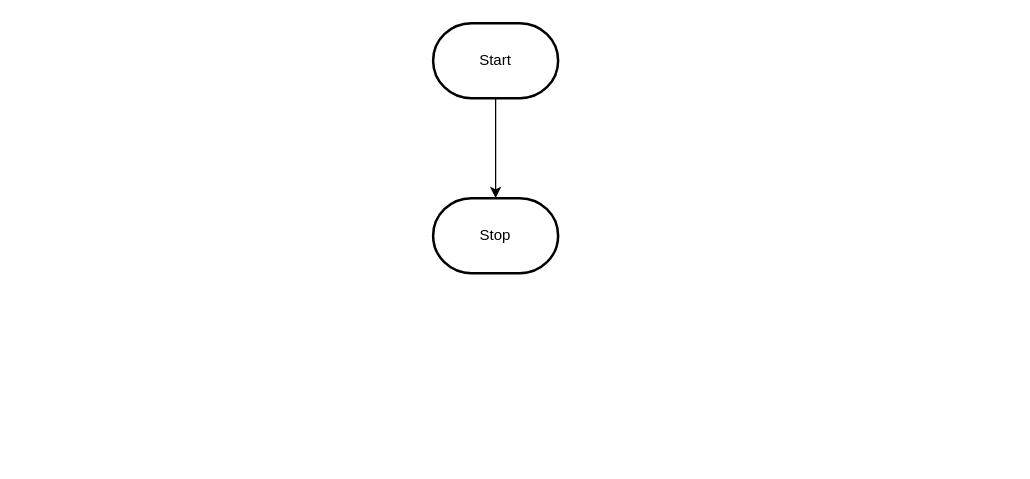
This is design/flowchart.drawio from MTHS-TEJ2O-1-2023/TEJ2O-Unit-2-11-Julianne-Leblanc-Peltier, a draw.io file, before an edit. Source tidied: cells renumbered, new cells numbered last; positions are measured from the earlier drawing's top-left corner, leaving out a move shared by most shapes. Both pictures are drawn from the tidied source at 125%, with x=0, y=0 at pixel (432, 22).
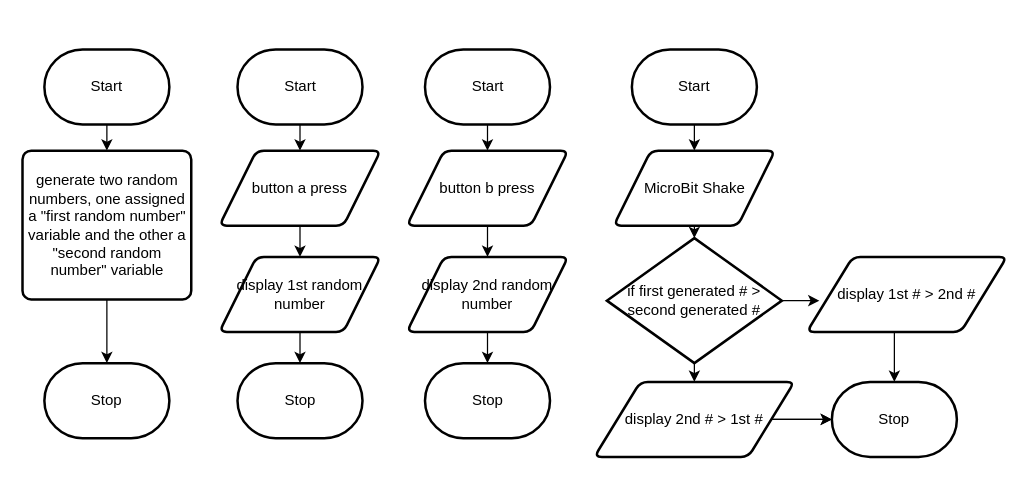
The same page after the edit.

Diff of the diagram source:
```diff
@@
-    <mxCell id="2" style="edgeStyle=orthogonalEdgeStyle;html=1;rounded=0;" parent="1" edge="1" source="3" target="4">
-      <mxGeometry relative="1" as="geometry" />
-    </mxCell>
+    <mxCell id="5" style="edgeStyle=none;html=1;exitX=0.5;exitY=1;exitDx=0;exitDy=0;exitPerimeter=0;entryX=0.5;entryY=0;entryDx=0;entryDy=0;entryPerimeter=0;" parent="1" edge="1" source="3">
+      <mxGeometry relative="1" as="geometry">
+        <mxPoint x="-106.5" y="102" as="targetPoint" />
+      </mxGeometry>
+    </mxCell>
     <mxCell id="3" value="Start" style="strokeWidth=2;html=1;shape=mxgraph.flowchart.terminator;whiteSpace=wrap;" parent="1" vertex="1">
-      <mxGeometry width="100" height="60" as="geometry" />
+      <mxGeometry x="-156.5" y="21" width="100" height="60" as="geometry" />
     </mxCell>
     <mxCell id="4" value="Stop" style="strokeWidth=2;html=1;shape=mxgraph.flowchart.terminator;whiteSpace=wrap;" parent="1" vertex="1">
-      <mxGeometry y="140" width="100" height="60" as="geometry" />
+      <mxGeometry x="-156.5" y="272" width="100" height="60" as="geometry" />
     </mxCell>
+    <mxCell id="6" style="edgeStyle=none;html=1;exitX=0.5;exitY=1;exitDx=0;exitDy=0;entryX=0.5;entryY=0;entryDx=0;entryDy=0;" parent="1" edge="1" source="25" target="8">
+      <mxGeometry relative="1" as="geometry" />
+    </mxCell>
+    <mxCell id="7" style="edgeStyle=none;html=1;exitX=0.5;exitY=1;exitDx=0;exitDy=0;entryX=0.5;entryY=0;entryDx=0;entryDy=0;entryPerimeter=0;" parent="1" edge="1" source="8" target="4">
+      <mxGeometry relative="1" as="geometry" />
+    </mxCell>
+    <mxCell id="8" value="display 1st random number&lt;br&gt;" style="shape=parallelogram;html=1;strokeWidth=2;perimeter=parallelogramPerimeter;whiteSpace=wrap;rounded=1;arcSize=12;size=0.23;" parent="1" vertex="1">
+      <mxGeometry x="-171" y="187" width="129" height="60" as="geometry" />
+    </mxCell>
+    <mxCell id="9" style="edgeStyle=none;html=1;exitX=0.5;exitY=1;exitDx=0;exitDy=0;exitPerimeter=0;entryX=0.5;entryY=0;entryDx=0;entryDy=0;" parent="1" edge="1" source="10" target="24">
+      <mxGeometry relative="1" as="geometry" />
+    </mxCell>
+    <mxCell id="10" value="Start" style="strokeWidth=2;html=1;shape=mxgraph.flowchart.terminator;whiteSpace=wrap;" parent="1" vertex="1">
+      <mxGeometry x="-6.5" y="21" width="100" height="60" as="geometry" />
+    </mxCell>
+    <mxCell id="11" style="edgeStyle=none;html=1;exitX=0.5;exitY=1;exitDx=0;exitDy=0;entryX=0.5;entryY=0;entryDx=0;entryDy=0;" parent="1" edge="1" source="24" target="13">
+      <mxGeometry relative="1" as="geometry" />
+    </mxCell>
+    <mxCell id="12" style="edgeStyle=none;html=1;exitX=0.5;exitY=1;exitDx=0;exitDy=0;entryX=0.5;entryY=0;entryDx=0;entryDy=0;entryPerimeter=0;" parent="1" edge="1" source="13" target="14">
+      <mxGeometry relative="1" as="geometry" />
+    </mxCell>
+    <mxCell id="13" value="display 2nd random number" style="shape=parallelogram;html=1;strokeWidth=2;perimeter=parallelogramPerimeter;whiteSpace=wrap;rounded=1;arcSize=12;size=0.23;" parent="1" vertex="1">
+      <mxGeometry x="-21" y="187" width="129" height="60" as="geometry" />
+    </mxCell>
+    <mxCell id="14" value="Stop" style="strokeWidth=2;html=1;shape=mxgraph.flowchart.terminator;whiteSpace=wrap;" parent="1" vertex="1">
+      <mxGeometry x="-6.5" y="272" width="100" height="60" as="geometry" />
+    </mxCell>
+    <mxCell id="15" style="edgeStyle=none;html=1;exitX=0.5;exitY=1;exitDx=0;exitDy=0;exitPerimeter=0;entryX=0.5;entryY=0;entryDx=0;entryDy=0;entryPerimeter=0;" parent="1" edge="1" source="16">
+      <mxGeometry relative="1" as="geometry">
+        <mxPoint x="209" y="102" as="targetPoint" />
+      </mxGeometry>
+    </mxCell>
+    <mxCell id="16" value="Start" style="strokeWidth=2;html=1;shape=mxgraph.flowchart.terminator;whiteSpace=wrap;" parent="1" vertex="1">
+      <mxGeometry x="159" y="21" width="100" height="60" as="geometry" />
+    </mxCell>
+    <mxCell id="17" style="edgeStyle=none;html=1;exitX=0.5;exitY=1;exitDx=0;exitDy=0;entryX=0.5;entryY=0;entryDx=0;entryDy=0;entryPerimeter=0;" parent="1" edge="1" source="26" target="21">
+      <mxGeometry relative="1" as="geometry" />
+    </mxCell>
+    <mxCell id="18" style="edgeStyle=none;html=1;exitX=0.5;exitY=1;exitDx=0;exitDy=0;" parent="1" edge="1" target="23">
+      <mxGeometry relative="1" as="geometry">
+        <mxPoint x="369" y="247" as="sourcePoint" />
+      </mxGeometry>
+    </mxCell>
+    <mxCell id="19" style="edgeStyle=none;html=1;exitX=1;exitY=0.5;exitDx=0;exitDy=0;exitPerimeter=0;entryX=0;entryY=0.5;entryDx=0;entryDy=0;" parent="1" edge="1" source="21">
+      <mxGeometry relative="1" as="geometry">
+        <mxPoint x="309" y="222" as="targetPoint" />
+      </mxGeometry>
+    </mxCell>
+    <mxCell id="20" style="edgeStyle=none;html=1;exitX=0.5;exitY=1;exitDx=0;exitDy=0;exitPerimeter=0;entryX=0.5;entryY=0;entryDx=0;entryDy=0;" parent="1" edge="1" source="21" target="29">
+      <mxGeometry relative="1" as="geometry" />
+    </mxCell>
+    <mxCell id="21" value="if first generated # &amp;gt; second generated #" style="strokeWidth=2;html=1;shape=mxgraph.flowchart.decision;whiteSpace=wrap;" parent="1" vertex="1">
+      <mxGeometry x="139" y="172" width="140" height="100" as="geometry" />
+    </mxCell>
+    <mxCell id="22" style="edgeStyle=none;html=1;exitX=1;exitY=0.5;exitDx=0;exitDy=0;entryX=0;entryY=0.5;entryDx=0;entryDy=0;entryPerimeter=0;" parent="1" edge="1" target="23">
+      <mxGeometry relative="1" as="geometry">
+        <mxPoint x="269" y="317" as="sourcePoint" />
+      </mxGeometry>
+    </mxCell>
+    <mxCell id="23" value="Stop" style="strokeWidth=2;html=1;shape=mxgraph.flowchart.terminator;whiteSpace=wrap;" parent="1" vertex="1">
+      <mxGeometry x="319" y="287" width="100" height="60" as="geometry" />
+    </mxCell>
+    <mxCell id="24" value="button b press" style="shape=parallelogram;html=1;strokeWidth=2;perimeter=parallelogramPerimeter;whiteSpace=wrap;rounded=1;arcSize=12;size=0.23;" parent="1" vertex="1">
+      <mxGeometry x="-21" y="102" width="129" height="60" as="geometry" />
+    </mxCell>
+    <mxCell id="25" value="button a press" style="shape=parallelogram;html=1;strokeWidth=2;perimeter=parallelogramPerimeter;whiteSpace=wrap;rounded=1;arcSize=12;size=0.23;" parent="1" vertex="1">
+      <mxGeometry x="-171" y="102" width="129" height="60" as="geometry" />
+    </mxCell>
+    <mxCell id="26" value="MicroBit Shake" style="shape=parallelogram;html=1;strokeWidth=2;perimeter=parallelogramPerimeter;whiteSpace=wrap;rounded=1;arcSize=12;size=0.23;" parent="1" vertex="1">
+      <mxGeometry x="144.5" y="102" width="129" height="60" as="geometry" />
+    </mxCell>
+    <mxCell id="27" value="display 1st # &amp;gt; 2nd #" style="shape=parallelogram;html=1;strokeWidth=2;perimeter=parallelogramPerimeter;whiteSpace=wrap;rounded=1;arcSize=12;size=0.23;" parent="1" vertex="1">
+      <mxGeometry x="299" y="187" width="160" height="60" as="geometry" />
+    </mxCell>
+    <mxCell id="28" style="edgeStyle=none;html=1;" parent="1" edge="1" source="29" target="23">
+      <mxGeometry relative="1" as="geometry" />
+    </mxCell>
+    <mxCell id="29" value="display 2nd # &amp;gt; 1st #" style="shape=parallelogram;html=1;strokeWidth=2;perimeter=parallelogramPerimeter;whiteSpace=wrap;rounded=1;arcSize=12;size=0.23;" parent="1" vertex="1">
+      <mxGeometry x="129" y="287" width="160" height="60" as="geometry" />
+    </mxCell>
+    <mxCell id="30" style="edgeStyle=none;html=1;exitX=0.5;exitY=1;exitDx=0;exitDy=0;exitPerimeter=0;entryX=0.5;entryY=0;entryDx=0;entryDy=0;" parent="1" edge="1" source="31" target="33">
+      <mxGeometry relative="1" as="geometry" />
+    </mxCell>
+    <mxCell id="31" value="Start" style="strokeWidth=2;html=1;shape=mxgraph.flowchart.terminator;whiteSpace=wrap;" parent="1" vertex="1">
+      <mxGeometry x="-311" y="21" width="100" height="60" as="geometry" />
+    </mxCell>
+    <mxCell id="32" style="edgeStyle=none;html=1;exitX=0.5;exitY=1;exitDx=0;exitDy=0;entryX=0.5;entryY=0;entryDx=0;entryDy=0;entryPerimeter=0;" parent="1" edge="1" source="33" target="34">
+      <mxGeometry relative="1" as="geometry" />
+    </mxCell>
+    <mxCell id="33" value="generate two random numbers, one assigned a &quot;first random number&quot; variable and the other a &quot;second random number&quot; variable" style="rounded=1;whiteSpace=wrap;html=1;absoluteArcSize=1;arcSize=14;strokeWidth=2;" parent="1" vertex="1">
+      <mxGeometry x="-328.5" y="102" width="135" height="119" as="geometry" />
+    </mxCell>
+    <mxCell id="34" value="Stop" style="strokeWidth=2;html=1;shape=mxgraph.flowchart.terminator;whiteSpace=wrap;" parent="1" vertex="1">
+      <mxGeometry x="-311" y="272" width="100" height="60" as="geometry" />
+    </mxCell>
```
